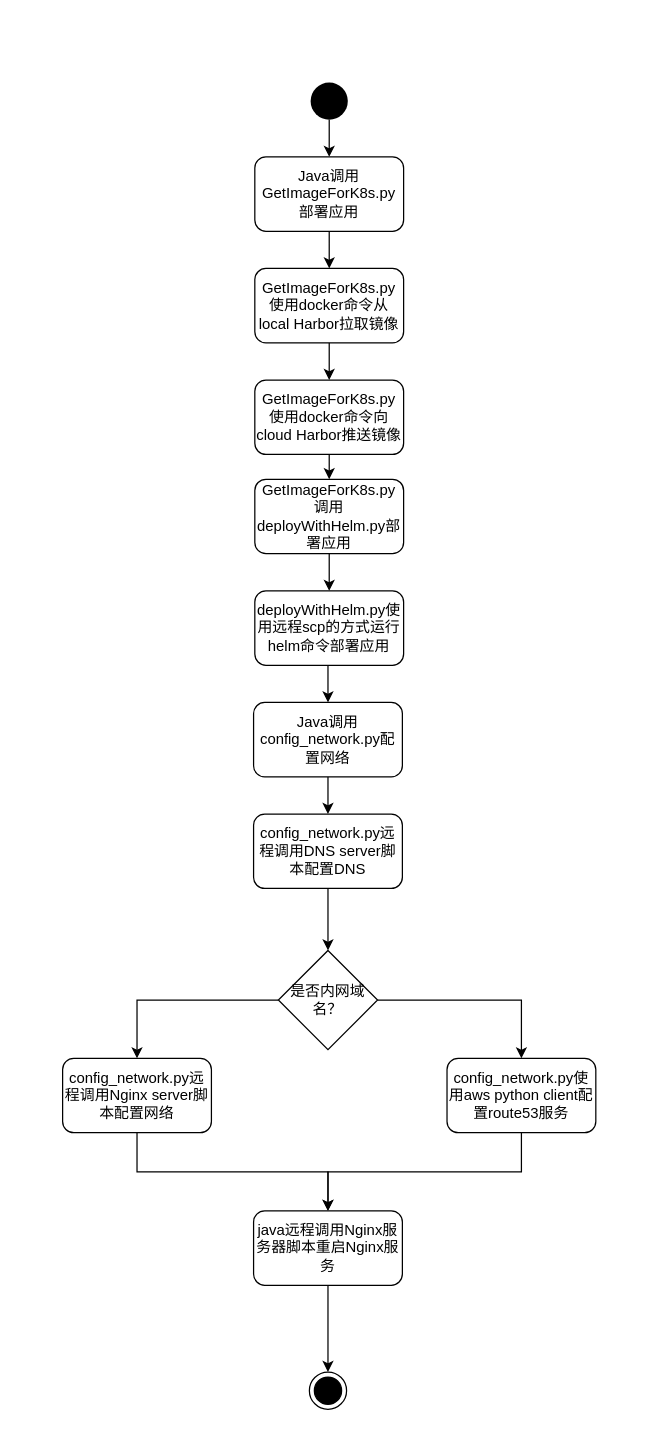
This is deploy flow.drawio from dosjia/chart, a draw.io file, before an edit. Source tidied: cells renumbered, new cells numbered last; positions are measured from the earlier drawing's top-left corner, leaving out a move shared by most shapes. Both pictures are drawn from the tidied source at 124%, with x=0, y=0 at pixel (62, 82).
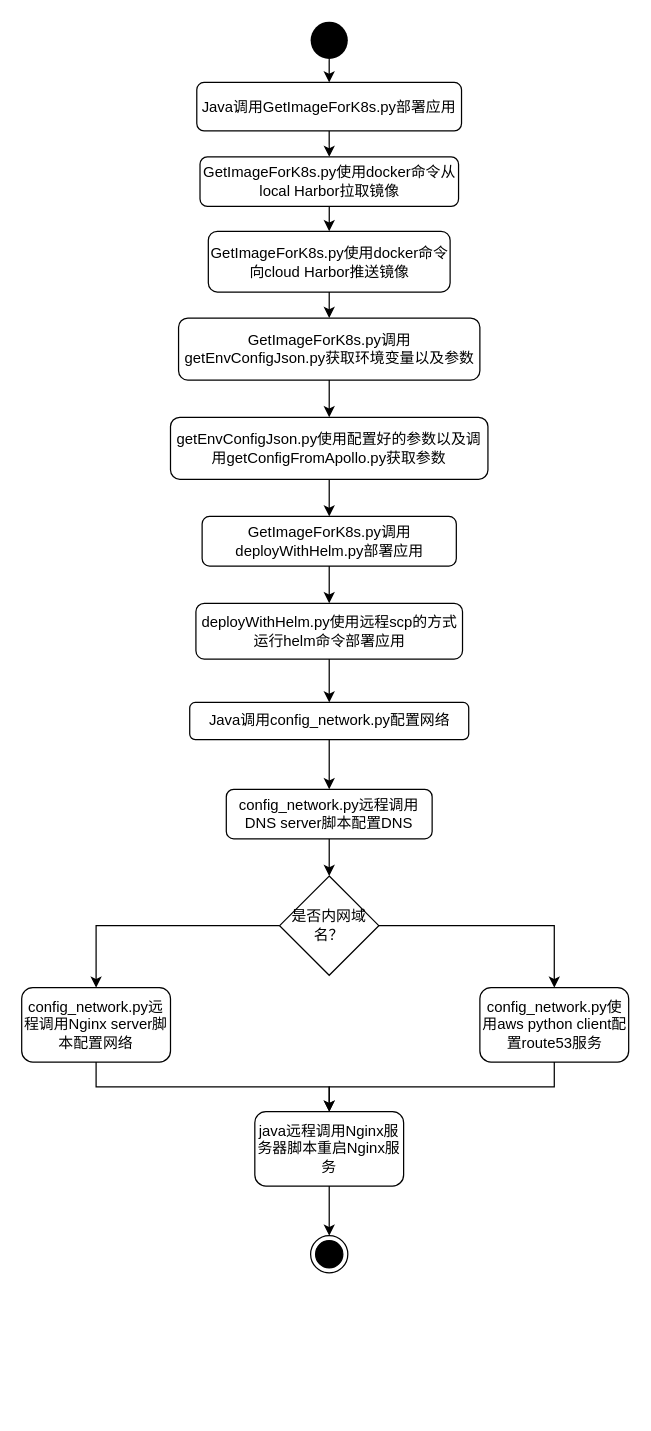
After the change.

Change to the diagram source:
```diff
@@
     <mxCell id="3" style="ellipse;fillColor=#000000;strokeColor=none;" parent="1" vertex="1">
-      <mxGeometry x="200" width="30" height="30" as="geometry" />
+      <mxGeometry x="200" y="-49" width="30" height="30" as="geometry" />
     </mxCell>
     <mxCell id="4" style="ellipse;html=1;shape=endState;fillColor=#000000;strokeColor=#000000;" parent="1" vertex="1">
-      <mxGeometry x="199" y="1040" width="30" height="30" as="geometry" />
+      <mxGeometry x="200" y="930" width="30" height="30" as="geometry" />
     </mxCell>
-    <mxCell id="5" style="edgeStyle=orthogonalEdgeStyle;rounded=0;jettySize=auto;html=1;exitX=0.5;exitY=1;exitDx=0;exitDy=0;" parent="1" edge="1" source="6" target="8">
+    <mxCell id="5" style="edgeStyle=orthogonalEdgeStyle;rounded=0;jettySize=auto;html=1;exitX=0.5;exitY=1;exitDx=0;exitDy=0;entryX=0.5;entryY=0;entryDx=0;entryDy=0;" parent="1" edge="1" source="6" target="8">
       <mxGeometry relative="1" as="geometry" />
     </mxCell>
     <mxCell id="6" value="Java调用GetImageForK8s.py部署应用" style="rounded=1;whiteSpace=wrap;html=1;" parent="1" vertex="1">
-      <mxGeometry x="155" y="60" width="120" height="60" as="geometry" />
+      <mxGeometry x="108.2" width="213.5" height="39" as="geometry" />
     </mxCell>
@@
     <mxCell id="8" value="GetImageForK8s.py使用docker命令从local Harbor拉取镜像" style="rounded=1;whiteSpace=wrap;html=1;" parent="1" vertex="1">
-      <mxGeometry x="155" y="150" width="120" height="60" as="geometry" />
+      <mxGeometry x="110.8" y="60" width="208.5" height="40" as="geometry" />
     </mxCell>
-    <mxCell id="9" style="edgeStyle=orthogonalEdgeStyle;rounded=0;jettySize=auto;html=1;exitX=0.5;exitY=1;exitDx=0;exitDy=0;entryX=0.5;entryY=0;entryDx=0;entryDy=0;" parent="1" edge="1" source="10" target="12">
+    <mxCell id="9" style="edgeStyle=orthogonalEdgeStyle;rounded=0;jettySize=auto;html=1;exitX=0.5;exitY=1;exitDx=0;exitDy=0;entryX=0.5;entryY=0;entryDx=0;entryDy=0;" parent="1" edge="1" source="10" target="29">
       <mxGeometry relative="1" as="geometry" />
     </mxCell>
     <mxCell id="10" value="GetImageForK8s.py使用docker命令向cloud Harbor推送镜像" style="rounded=1;whiteSpace=wrap;html=1;" parent="1" vertex="1">
-      <mxGeometry x="155" y="240" width="120" height="60" as="geometry" />
+      <mxGeometry x="117.5" y="120" width="195" height="49" as="geometry" />
     </mxCell>
-    <mxCell id="11" style="edgeStyle=orthogonalEdgeStyle;rounded=0;jettySize=auto;html=1;exitX=0.5;exitY=1;exitDx=0;exitDy=0;entryX=0.5;entryY=0;entryDx=0;entryDy=0;" parent="1" edge="1" source="12" target="25">
+    <mxCell id="11" style="edgeStyle=orthogonalEdgeStyle;rounded=0;jettySize=auto;html=1;entryX=0.5;entryY=0;entryDx=0;entryDy=0;exitX=0.5;exitY=1;exitDx=0;exitDy=0;" parent="1" edge="1" source="12" target="25">
       <mxGeometry relative="1" as="geometry" />
     </mxCell>
     <mxCell id="12" value="GetImageForK8s.py调用deployWithHelm.py部署应用" style="rounded=1;whiteSpace=wrap;html=1;" parent="1" vertex="1">
-      <mxGeometry x="155" y="320" width="120" height="60" as="geometry" />
+      <mxGeometry x="112.5" y="350" width="205" height="40" as="geometry" />
     </mxCell>
@@
     <mxCell id="14" value="Java调用config_network.py配置网络" style="rounded=1;whiteSpace=wrap;html=1;" parent="1" vertex="1">
-      <mxGeometry x="154" y="500" width="120" height="60" as="geometry" />
+      <mxGeometry x="102.5" y="500" width="225" height="30" as="geometry" />
     </mxCell>
@@
     <mxCell id="16" value="config_network.py远程调用DNS server脚本配置DNS" style="rounded=1;whiteSpace=wrap;html=1;" parent="1" vertex="1">
-      <mxGeometry x="154" y="590" width="120" height="60" as="geometry" />
+      <mxGeometry x="132" y="570" width="166" height="40" as="geometry" />
     </mxCell>
@@
     <mxCell id="19" value="是否内网域名？" style="rhombus;whiteSpace=wrap;html=1;" parent="1" vertex="1">
-      <mxGeometry x="174" y="700" width="80" height="80" as="geometry" />
+      <mxGeometry x="175" y="640" width="80" height="80" as="geometry" />
     </mxCell>
@@
     <mxCell id="21" value="&lt;span&gt;config_network.py远程调用Nginx server脚本配置网络&lt;/span&gt;" style="rounded=1;whiteSpace=wrap;html=1;" parent="1" vertex="1">
-      <mxGeometry y="787" width="120" height="60" as="geometry" />
+      <mxGeometry x="-33" y="730" width="120" height="60" as="geometry" />
     </mxCell>
@@
     <mxCell id="23" value="&lt;span&gt;config_network.py使用aws python client配置route53服务&lt;/span&gt;" style="rounded=1;whiteSpace=wrap;html=1;" parent="1" vertex="1">
-      <mxGeometry x="310" y="787" width="120" height="60" as="geometry" />
+      <mxGeometry x="336.5" y="730" width="120" height="60" as="geometry" />
     </mxCell>
@@
     <mxCell id="25" value="deployWithHelm.py使用远程scp的方式运行helm命令部署应用" style="rounded=1;whiteSpace=wrap;html=1;" parent="1" vertex="1">
-      <mxGeometry x="155" y="410" width="120" height="60" as="geometry" />
+      <mxGeometry x="107.5" y="420" width="215" height="45" as="geometry" />
     </mxCell>
@@
     <mxCell id="27" value="&lt;span&gt;java远程调用Nginx服务器脚本重启Nginx服务&lt;/span&gt;" style="rounded=1;whiteSpace=wrap;html=1;" parent="1" vertex="1">
-      <mxGeometry x="154" y="910" width="120" height="60" as="geometry" />
+      <mxGeometry x="155" y="830" width="120" height="60" as="geometry" />
     </mxCell>
+    <mxCell id="28" style="edgeStyle=orthogonalEdgeStyle;rounded=0;jettySize=auto;html=1;exitX=0.5;exitY=1;exitDx=0;exitDy=0;entryX=0.5;entryY=0;entryDx=0;entryDy=0;" parent="1" edge="1" source="29" target="31">
+      <mxGeometry relative="1" as="geometry" />
+    </mxCell>
+    <mxCell id="29" value="GetImageForK8s.py调用getEnvConfigJson.py获取环境变量以及参数" style="rounded=1;whiteSpace=wrap;html=1;" parent="1" vertex="1">
+      <mxGeometry x="93.5" y="190" width="243" height="50" as="geometry" />
+    </mxCell>
+    <mxCell id="30" style="edgeStyle=orthogonalEdgeStyle;rounded=0;jettySize=auto;html=1;exitX=0.5;exitY=1;exitDx=0;exitDy=0;entryX=0.5;entryY=0;entryDx=0;entryDy=0;" parent="1" edge="1" source="31" target="12">
+      <mxGeometry relative="1" as="geometry" />
+    </mxCell>
+    <mxCell id="31" value="getEnvConfigJson.py使用配置好的参数以及调用getConfigFromApollo.py获取参数" style="rounded=1;whiteSpace=wrap;html=1;" parent="1" vertex="1">
+      <mxGeometry x="87" y="270" width="256" height="50" as="geometry" />
+    </mxCell>
```
